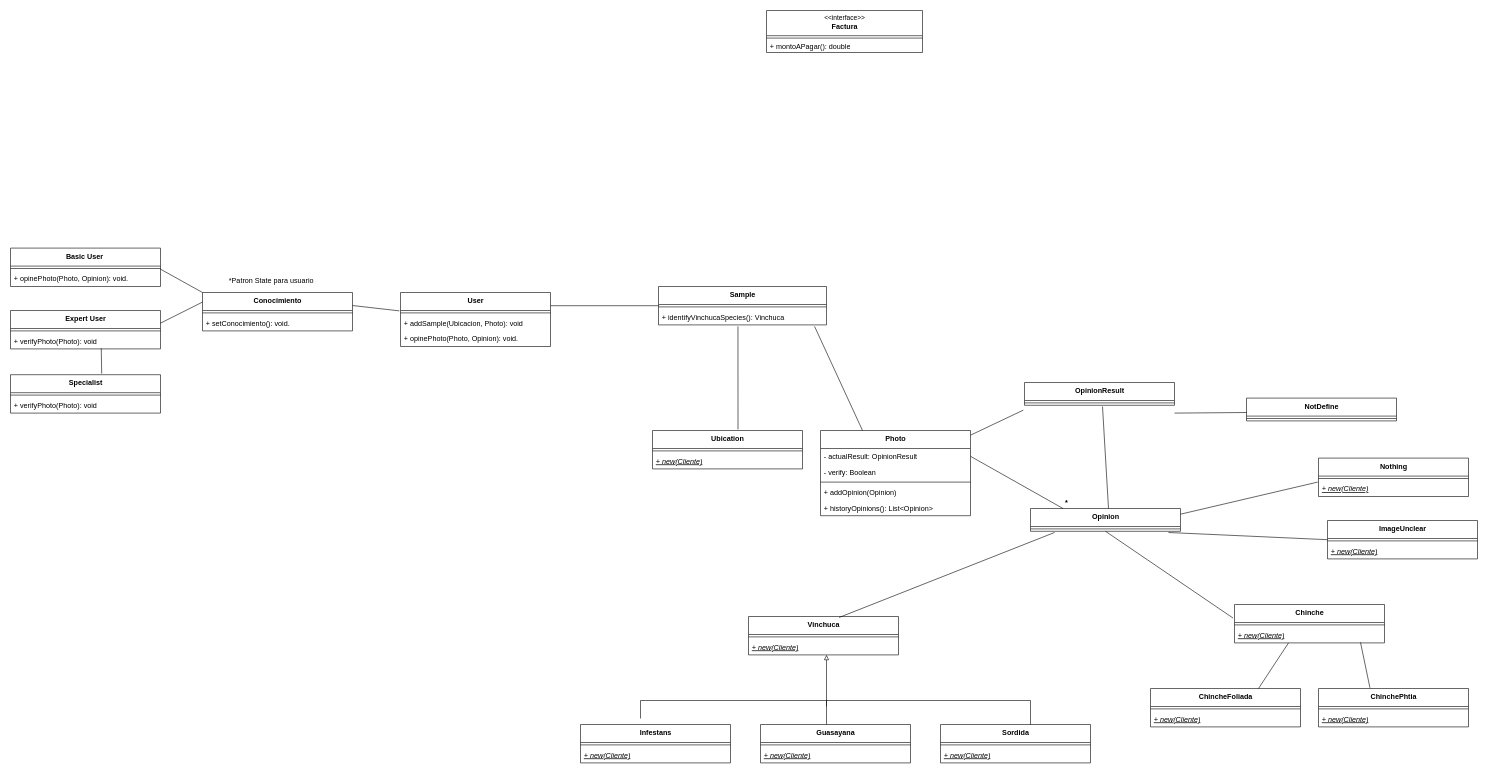
This is documentacion/UML.drawio from dkippes/TP-Final-Objetos-2, a draw.io file, before an edit. Source tidied: cells renumbered, new cells numbered last; positions are measured from the earlier drawing's top-left corner, leaving out a move shared by most shapes. Both pictures are drawn from the tidied source at 60%, with x=0, y=0 at pixel (10, 10).
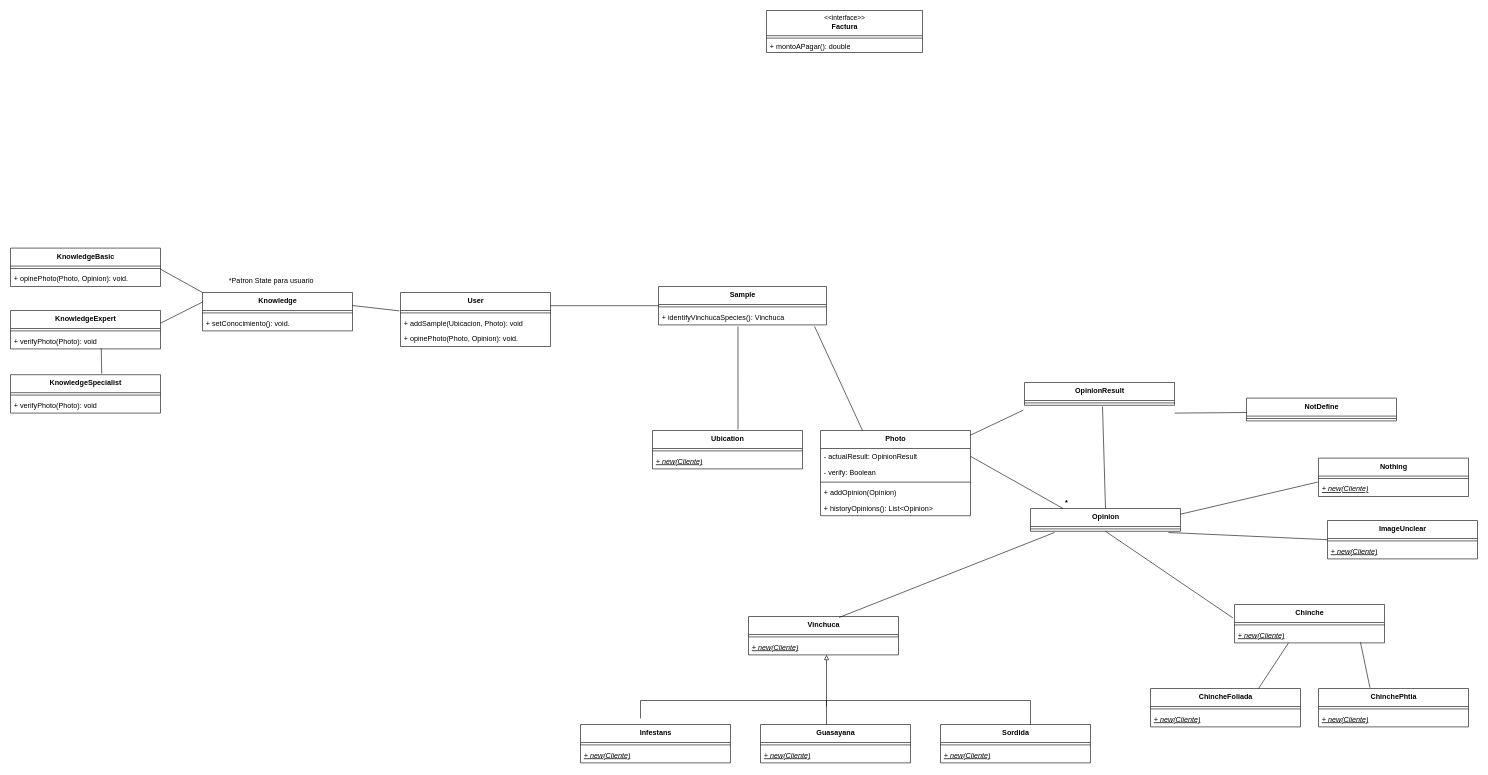
After the change.

Unchanged cells that the change refers to:
```xml
<mxCell id="58" value="&lt;span style=&quot;font-size: 12px;&quot;&gt;&lt;b&gt;Opinion&lt;/b&gt;&lt;/span&gt;" style="swimlane;fontStyle=0;align=center;verticalAlign=top;horizontal=1;startSize=30;html=1;labelBackgroundColor=none;labelBorderColor=none;fontSize=11;" parent="1" vertex="1">
  <mxGeometry x="1700" y="830" width="250" height="38" as="geometry" />
</mxCell>
```

Diff of the diagram source:
```diff
@@
-    <mxCell id="71" style="endArrow=none;html=1;rounded=0;exitX=0.52;exitY=0;exitDx=0;exitDy=0;exitPerimeter=0;" parent="1" edge="1" source="58">
+    <mxCell id="71" style="endArrow=none;html=1;rounded=0;exitX=0.5;exitY=0;exitDx=0;exitDy=0;" parent="1" edge="1" source="58">
       <mxGeometry relative="1" as="geometry">
         <mxPoint x="1820" y="660" as="targetPoint" />
       </mxGeometry>
     </mxCell>
@@
-    <mxCell id="74" value="&lt;span style=&quot;font-size: 12px;&quot;&gt;&lt;b&gt;Conocimiento&lt;/b&gt;&lt;/span&gt;" style="swimlane;fontStyle=0;align=center;verticalAlign=top;horizontal=1;startSize=30;html=1;labelBackgroundColor=none;labelBorderColor=none;fontSize=11;" parent="1" vertex="1">
+    <mxCell id="74" value="&lt;span style=&quot;font-size: 12px;&quot;&gt;&lt;b&gt;Knowledge&lt;/b&gt;&lt;/span&gt;" style="swimlane;fontStyle=0;align=center;verticalAlign=top;horizontal=1;startSize=30;html=1;labelBackgroundColor=none;labelBorderColor=none;fontSize=11;" parent="1" vertex="1">
       <mxGeometry x="320" y="470" width="250" height="64" as="geometry" />
     </mxCell>
@@
-    <mxCell id="78" value="&lt;span style=&quot;font-size: 12px;&quot;&gt;&lt;b&gt;Basic User&amp;nbsp;&lt;/b&gt;&lt;/span&gt;" style="swimlane;fontStyle=0;align=center;verticalAlign=top;horizontal=1;startSize=30;html=1;labelBackgroundColor=none;labelBorderColor=none;fontSize=11;" parent="1" vertex="1">
+    <mxCell id="78" value="&lt;b style=&quot;font-size: 12px;&quot;&gt;KnowledgeBasic&lt;/b&gt;" style="swimlane;fontStyle=0;align=center;verticalAlign=top;horizontal=1;startSize=30;html=1;labelBackgroundColor=none;labelBorderColor=none;fontSize=11;" parent="1" vertex="1">
       <mxGeometry y="396" width="250" height="64" as="geometry" />
     </mxCell>
@@
-    <mxCell id="81" value="&lt;span style=&quot;font-size: 12px;&quot;&gt;&lt;b&gt;Expert User&lt;/b&gt;&lt;/span&gt;" style="swimlane;fontStyle=0;align=center;verticalAlign=top;horizontal=1;startSize=30;html=1;labelBackgroundColor=none;labelBorderColor=none;fontSize=11;" parent="1" vertex="1">
+    <mxCell id="81" value="&lt;b style=&quot;font-size: 12px;&quot;&gt;KnowledgeExpert&lt;/b&gt;" style="swimlane;fontStyle=0;align=center;verticalAlign=top;horizontal=1;startSize=30;html=1;labelBackgroundColor=none;labelBorderColor=none;fontSize=11;" parent="1" vertex="1">
       <mxGeometry y="500" width="250" height="64" as="geometry" />
     </mxCell>
@@
-    <mxCell id="84" value="&lt;span style=&quot;font-size: 12px;&quot;&gt;&lt;b&gt;Specialist&lt;/b&gt;&lt;/span&gt;" style="swimlane;fontStyle=0;align=center;verticalAlign=top;horizontal=1;startSize=30;html=1;labelBackgroundColor=none;labelBorderColor=none;fontSize=11;" parent="1" vertex="1">
+    <mxCell id="84" value="&lt;b style=&quot;font-size: 12px;&quot;&gt;Knowledge&lt;/b&gt;&lt;span style=&quot;font-size: 12px;&quot;&gt;&lt;b&gt;Specialist&lt;/b&gt;&lt;/span&gt;" style="swimlane;fontStyle=0;align=center;verticalAlign=top;horizontal=1;startSize=30;html=1;labelBackgroundColor=none;labelBorderColor=none;fontSize=11;" parent="1" vertex="1">
       <mxGeometry y="607" width="250" height="64" as="geometry" />
     </mxCell>
```
